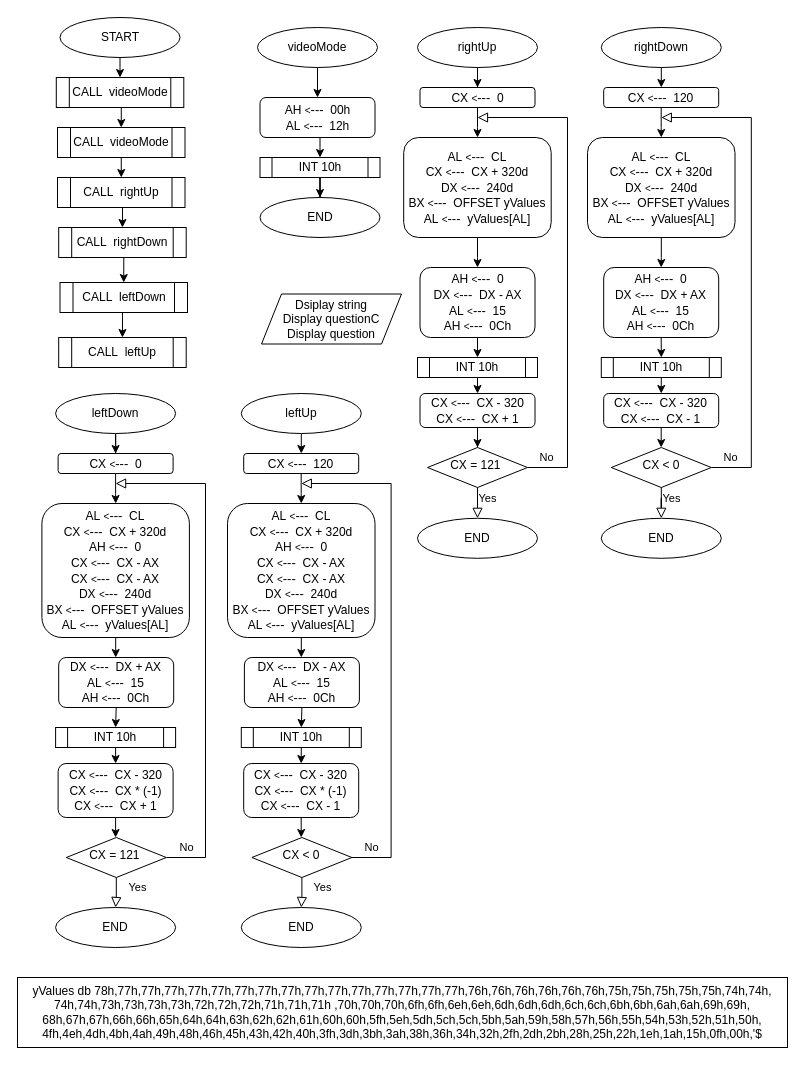
Above: micro_mt2_2.drawio in mmuurraatt/My-Projects-On-Github (draw.io), before the change. Source tidied: cells renumbered, new cells numbered last; positions are measured from the earlier drawing's top-left corner, leaving out a move shared by most shapes. Both pictures are drawn from the tidied source at 100%, with x=0, y=0 at pixel (17, 17).
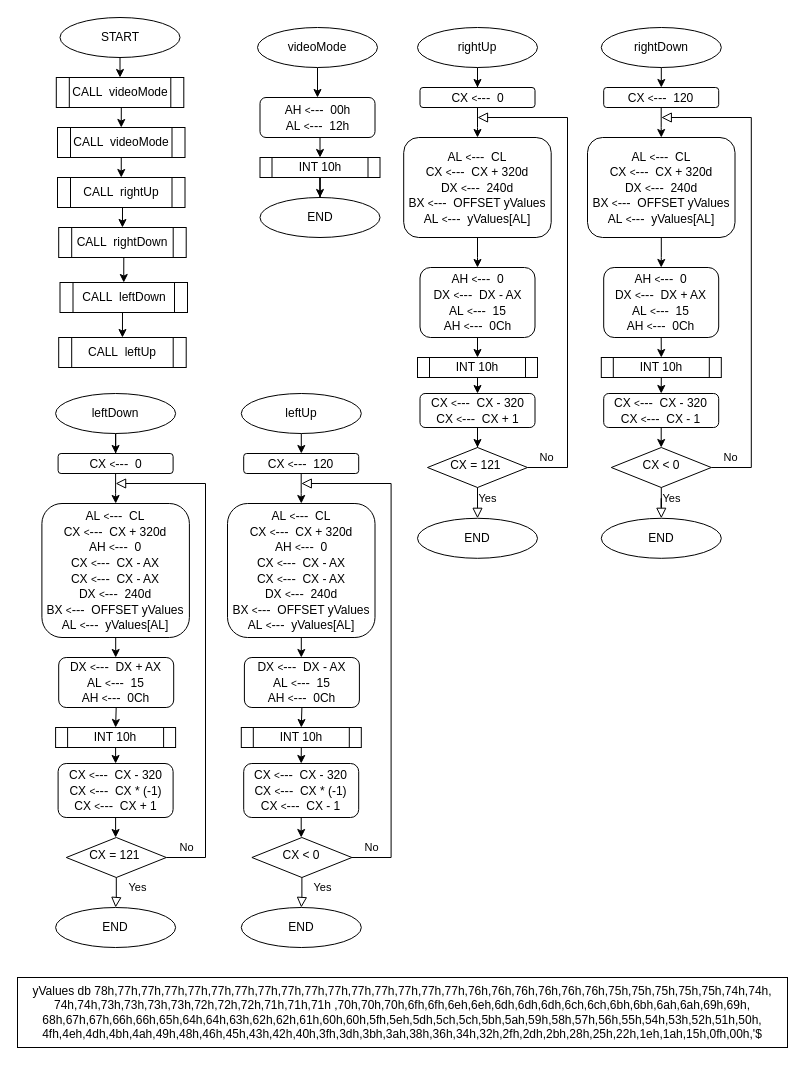
The same page after the edit.

Change to the diagram source:
```diff
@@
-    <mxCell id="4" value="Dsiplay string&lt;br&gt;Display questionC&lt;br&gt;Display question" style="shape=parallelogram;perimeter=parallelogramPerimeter;whiteSpace=wrap;html=1;fixedSize=1;" parent="1" vertex="1">
-      <mxGeometry x="244" y="276.5" width="140" height="50" as="geometry" />
-    </mxCell>
```
